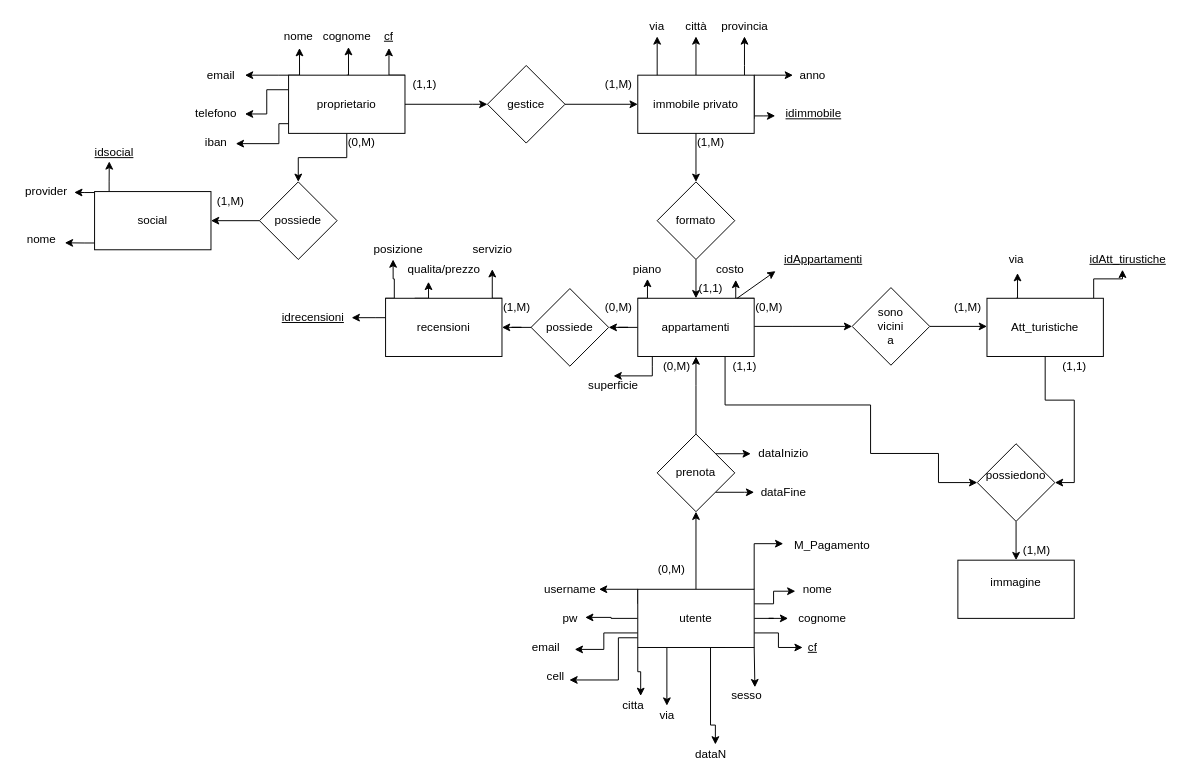
Earlier version of the draw.io diagram schema er.drawio (MrPinko/Esame-affitti). Source tidied: cells renumbered, new cells numbered last; positions are measured from the earlier drawing's top-left corner, leaving out a move shared by most shapes. Both pictures are drawn from the tidied source at 97%, with x=0, y=0 at pixel (16, 16).
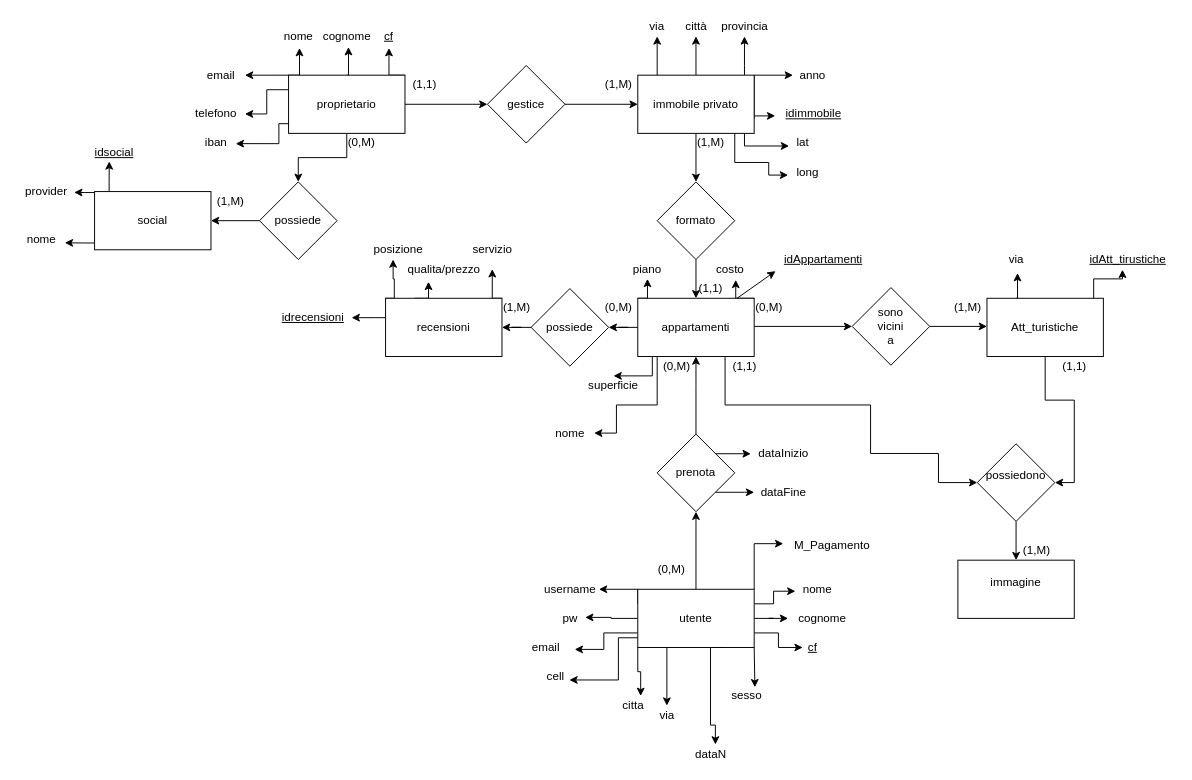
Above is the later version.

The change refers to these unchanged cells:
```xml
<mxCell id="7" value="immobile privato" style="rounded=0;whiteSpace=wrap;html=1;" parent="1" vertex="1">
  <mxGeometry x="640" y="60" width="120" height="60" as="geometry" />
</mxCell>
<mxCell id="17" value="appartamenti" style="whiteSpace=wrap;html=1;rounded=0;direction=west;" parent="1" vertex="1">
  <mxGeometry x="640" y="290" width="120" height="60" as="geometry" />
</mxCell>
```

What changed in the source:
```diff
@@
+    <mxCell id="123" style="edgeStyle=orthogonalEdgeStyle;rounded=0;jettySize=auto;html=1;entryX=0.033;entryY=0.65;entryDx=0;entryDy=0;entryPerimeter=0;" parent="1" edge="1" source="7" target="127">
+      <mxGeometry relative="1" as="geometry">
+        <Array as="points">
+          <mxPoint x="750" y="133" />
+        </Array>
+      </mxGeometry>
+    </mxCell>
+    <mxCell id="124" style="edgeStyle=orthogonalEdgeStyle;rounded=0;jettySize=auto;html=1;entryX=0;entryY=0.65;entryDx=0;entryDy=0;entryPerimeter=0;" parent="1" edge="1" source="7" target="128">
+      <mxGeometry relative="1" as="geometry">
+        <Array as="points">
+          <mxPoint x="740" y="150" />
+          <mxPoint x="775" y="150" />
+          <mxPoint x="775" y="163" />
+        </Array>
+      </mxGeometry>
+    </mxCell>
@@
+    <mxCell id="125" style="edgeStyle=orthogonalEdgeStyle;rounded=0;jettySize=auto;html=1;entryX=1;entryY=0.45;entryDx=0;entryDy=0;entryPerimeter=0;" parent="1" edge="1" source="17" target="126">
+      <mxGeometry relative="1" as="geometry">
+        <Array as="points">
+          <mxPoint x="660" y="400" />
+          <mxPoint x="618" y="400" />
+          <mxPoint x="618" y="429" />
+        </Array>
+      </mxGeometry>
+    </mxCell>
@@
+    <mxCell id="126" value="&lt;div&gt;nome&lt;/div&gt;" style="text;html=1;align=center;verticalAlign=middle;points=[];strokeColor=none;" parent="1" vertex="1">
+      <mxGeometry x="545" y="420" width="50" height="20" as="geometry" />
+    </mxCell>
+    <mxCell id="127" value="lat" style="text;html=1;align=center;verticalAlign=middle;points=[];strokeColor=none;" parent="1" vertex="1">
+      <mxGeometry x="795" y="120" width="30" height="20" as="geometry" />
+    </mxCell>
+    <mxCell id="128" value="&lt;div&gt;long&lt;/div&gt;" style="text;html=1;align=center;verticalAlign=middle;points=[];strokeColor=none;" parent="1" vertex="1">
+      <mxGeometry x="795" y="150" width="40" height="20" as="geometry" />
+    </mxCell>
```
